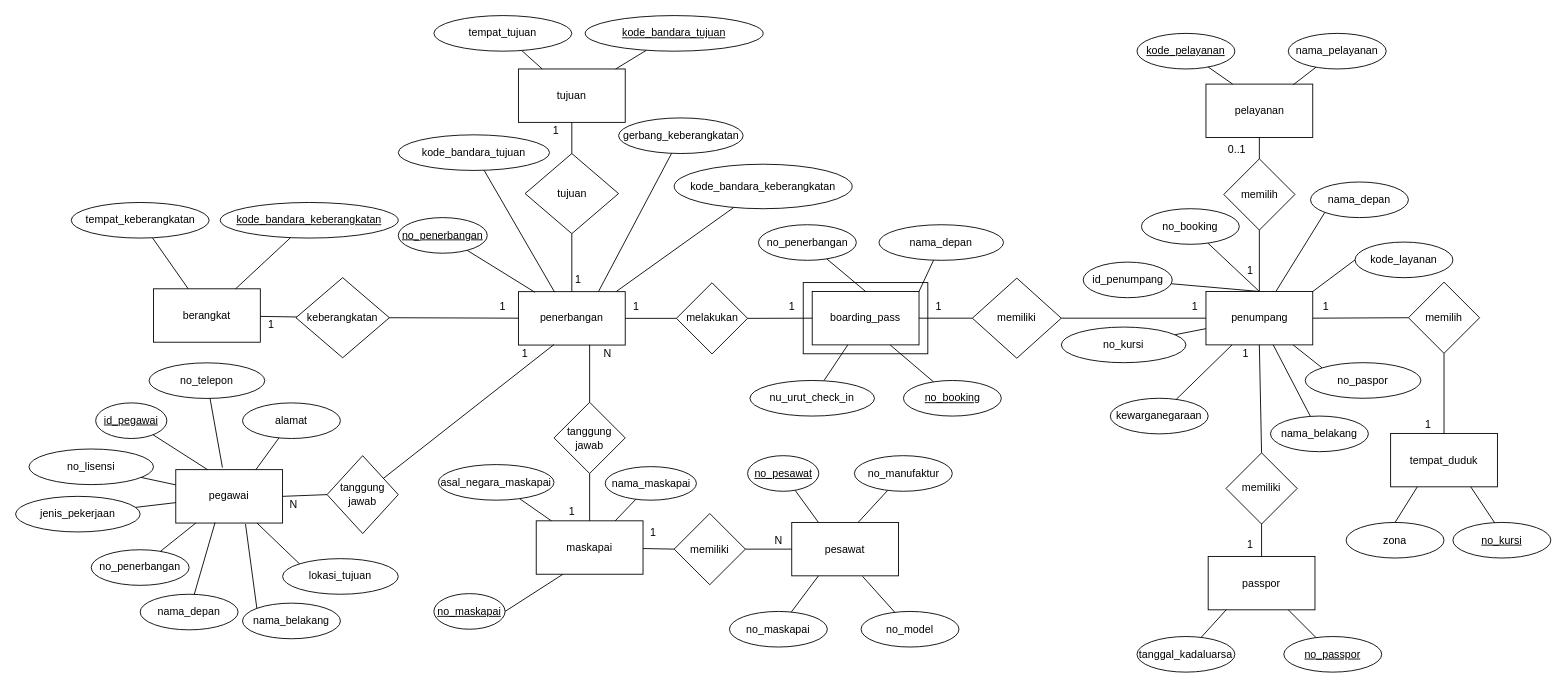
This is page "Fixed ER Diagram" (4 of 4) of ER Diagram/ADD.drawio from Edwin-Jaya/Data-Design-Analytics-Project, a draw.io file, before an edit. Source tidied: cells renumbered, new cells numbered last; positions are measured from the earlier drawing's top-left corner, leaving out a move shared by most shapes. Both pictures are drawn from the tidied source at 89%, with x=0, y=0 at pixel (15, 15).
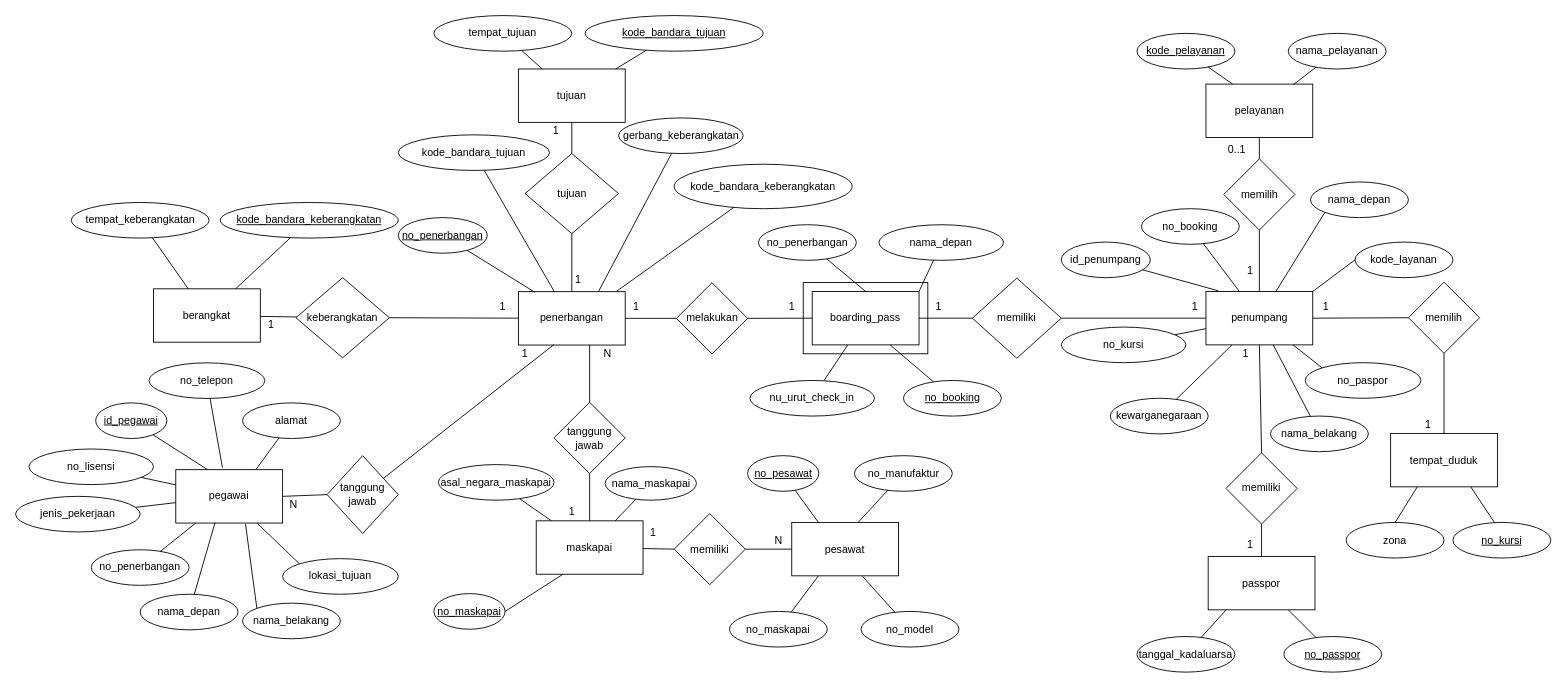
The same diagram, later.

Unchanged cells that the change refers to:
```xml
<mxCell id="14" value="penumpang" style="rounded=0;whiteSpace=wrap;html=1;" parent="1" vertex="1">
  <mxGeometry x="1337.5" y="310" width="120" height="60" as="geometry" />
</mxCell>
<mxCell id="16" value="no_booking" style="ellipse;whiteSpace=wrap;html=1;" parent="1" vertex="1">
  <mxGeometry x="1265" y="217" width="110" height="40" as="geometry" />
</mxCell>
```

What changed in the source:
```diff
@@
     <mxCell id="15" value="id_penumpang" style="ellipse;whiteSpace=wrap;html=1;" parent="1" vertex="1">
-      <mxGeometry x="1199.6" y="277" width="100" height="40" as="geometry" />
+      <mxGeometry x="1175" y="254.5" width="100" height="40" as="geometry" />
     </mxCell>
@@
-    <mxCell id="21" style="endArrow=none;html=1;rounded=0;exitX=0.5;exitY=0;exitDx=0;exitDy=0;" parent="1" edge="1" source="14" target="15">
+    <mxCell id="21" style="endArrow=none;html=1;rounded=0;exitX=0.115;exitY=-0.013;exitDx=0;exitDy=0;exitPerimeter=0;" parent="1" edge="1" source="14" target="15">
       <mxGeometry relative="1" as="geometry" />
     </mxCell>
-    <mxCell id="22" style="endArrow=none;html=1;rounded=0;exitX=0.5;exitY=0;exitDx=0;exitDy=0;" parent="1" edge="1" source="14" target="16">
+    <mxCell id="22" style="endArrow=none;html=1;rounded=0;exitX=0.313;exitY=0;exitDx=0;exitDy=0;exitPerimeter=0;" parent="1" edge="1" source="14" target="16">
       <mxGeometry relative="1" as="geometry" />
     </mxCell>
```
